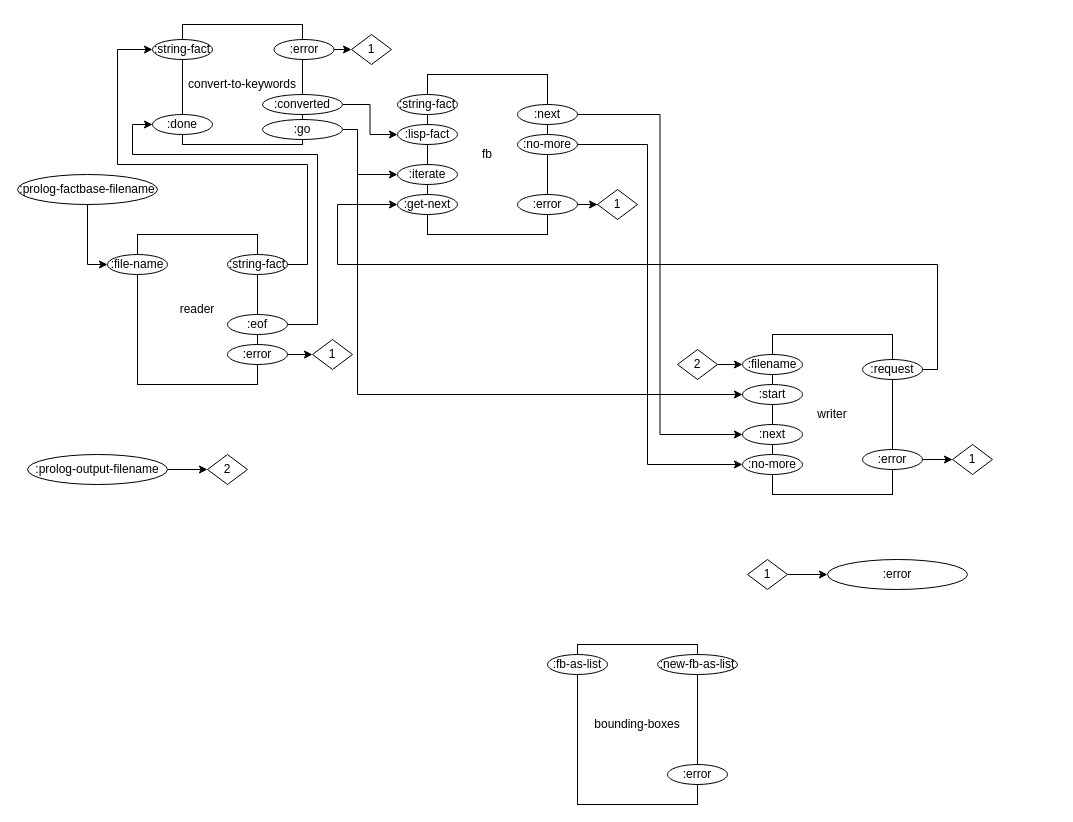
Earlier version of the draw.io diagram page "Compiler Internals" (2 of 7) of svg/cl-compiler/doc/Compiler Internals.drawio (bmfbp/bmfbp). Source tidied: cells renumbered, new cells numbered last; positions are measured from the earlier drawing's top-left corner, leaving out a move shared by most shapes. Both pictures are drawn from the tidied source at 100%, with x=0, y=0 at pixel (17, 24).
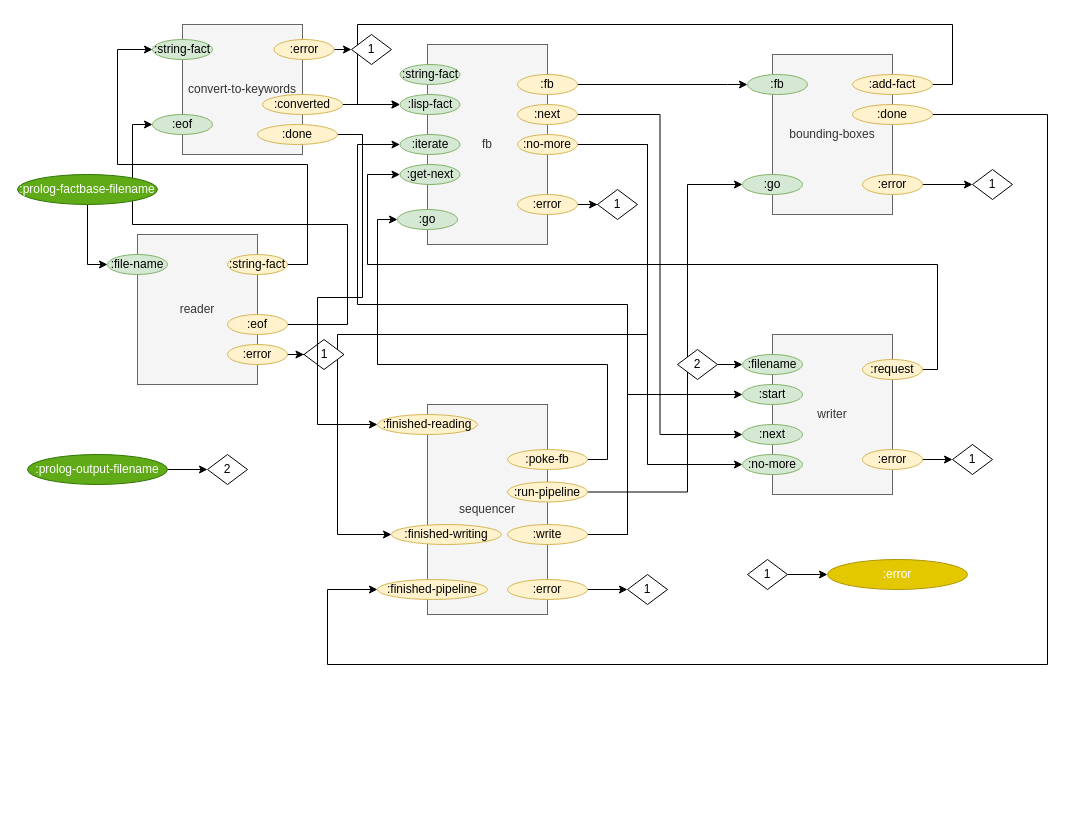
Above is the later version.

Diff of the diagram source:
```diff
@@
-    <mxCell id="2" value="reader" style="rounded=0;whiteSpace=wrap;html=1;" parent="1" vertex="1">
+    <mxCell id="2" value="reader" style="rounded=0;whiteSpace=wrap;html=1;fillColor=#f5f5f5;strokeColor=#666666;fontColor=#333333;" parent="1" vertex="1">
       <mxGeometry x="120" y="210" width="120" height="150" as="geometry" />
     </mxCell>
-    <mxCell id="3" value="fb" style="rounded=0;whiteSpace=wrap;html=1;" parent="1" vertex="1">
-      <mxGeometry x="410" y="50" width="120" height="160" as="geometry" />
+    <mxCell id="3" value="fb" style="rounded=0;whiteSpace=wrap;html=1;fillColor=#f5f5f5;strokeColor=#666666;fontColor=#333333;" parent="1" vertex="1">
+      <mxGeometry x="410" y="20" width="120" height="200" as="geometry" />
     </mxCell>
-    <mxCell id="4" value="writer" style="rounded=0;whiteSpace=wrap;html=1;" parent="1" vertex="1">
+    <mxCell id="4" value="writer" style="rounded=0;whiteSpace=wrap;html=1;fillColor=#f5f5f5;strokeColor=#666666;fontColor=#333333;" parent="1" vertex="1">
       <mxGeometry x="755" y="310" width="120" height="160" as="geometry" />
     </mxCell>
@@
-    <mxCell id="6" value=":error" style="ellipse;whiteSpace=wrap;html=1;" parent="1" vertex="1">
+    <mxCell id="6" value=":error" style="ellipse;whiteSpace=wrap;html=1;fillColor=#fff2cc;strokeColor=#d6b656;" parent="1" vertex="1">
       <mxGeometry x="210" y="320" width="60" height="20" as="geometry" />
     </mxCell>
-    <mxCell id="7" style="edgeStyle=orthogonalEdgeStyle;rounded=0;jettySize=auto;html=1;exitX=1;exitY=0.5;exitDx=0;exitDy=0;entryX=0;entryY=0.5;entryDx=0;entryDy=0;" parent="1" edge="1" source="8" target="57">
-      <mxGeometry relative="1" as="geometry">
-        <Array as="points">
-          <mxPoint x="300" y="300" />
-          <mxPoint x="300" y="130" />
-          <mxPoint x="115" y="130" />
-          <mxPoint x="115" y="100" />
-        </Array>
-      </mxGeometry>
-    </mxCell>
+    <mxCell id="58" style="edgeStyle=orthogonalEdgeStyle;rounded=0;jettySize=auto;html=1;exitX=1;exitY=0.5;exitDx=0;exitDy=0;entryX=0;entryY=0.5;entryDx=0;entryDy=0;" parent="1" edge="1" source="8" target="82">
+      <mxGeometry relative="1" as="geometry">
+        <Array as="points">
+          <mxPoint x="330" y="300" />
+          <mxPoint x="330" y="200" />
+          <mxPoint x="115" y="200" />
+          <mxPoint x="115" y="100" />
+        </Array>
+      </mxGeometry>
+    </mxCell>
-    <mxCell id="8" value=":eof" style="ellipse;whiteSpace=wrap;html=1;" parent="1" vertex="1">
+    <mxCell id="8" value=":eof" style="ellipse;whiteSpace=wrap;html=1;fillColor=#fff2cc;strokeColor=#d6b656;" parent="1" vertex="1">
       <mxGeometry x="210" y="290" width="60" height="20" as="geometry" />
     </mxCell>
@@
-    <mxCell id="10" value=":string-fact" style="ellipse;whiteSpace=wrap;html=1;" parent="1" vertex="1">
+    <mxCell id="10" value=":string-fact" style="ellipse;whiteSpace=wrap;html=1;fillColor=#fff2cc;strokeColor=#d6b656;" parent="1" vertex="1">
       <mxGeometry x="210" y="230" width="60" height="20" as="geometry" />
     </mxCell>
-    <mxCell id="11" value=":file-name" style="ellipse;whiteSpace=wrap;html=1;" parent="1" vertex="1">
+    <mxCell id="11" value=":file-name" style="ellipse;whiteSpace=wrap;html=1;fillColor=#d5e8d4;strokeColor=#82b366;" parent="1" vertex="1">
       <mxGeometry x="90" y="230" width="60" height="20" as="geometry" />
     </mxCell>
-    <mxCell id="12" value=":lisp-fact" style="ellipse;whiteSpace=wrap;html=1;" parent="1" vertex="1">
-      <mxGeometry x="380" y="100" width="60" height="20" as="geometry" />
+    <mxCell id="12" value=":lisp-fact" style="ellipse;whiteSpace=wrap;html=1;fillColor=#d5e8d4;strokeColor=#82b366;" parent="1" vertex="1">
+      <mxGeometry x="382.5" y="70" width="60" height="20" as="geometry" />
     </mxCell>
-    <mxCell id="13" value=":get-next" style="ellipse;whiteSpace=wrap;html=1;" parent="1" vertex="1">
-      <mxGeometry x="380" y="170" width="60" height="20" as="geometry" />
+    <mxCell id="13" value=":get-next" style="ellipse;whiteSpace=wrap;html=1;fillColor=#d5e8d4;strokeColor=#82b366;" parent="1" vertex="1">
+      <mxGeometry x="382.5" y="140" width="60" height="20" as="geometry" />
     </mxCell>
@@
-    <mxCell id="15" value=":next" style="ellipse;whiteSpace=wrap;html=1;" parent="1" vertex="1">
+    <mxCell id="15" value=":next" style="ellipse;whiteSpace=wrap;html=1;fillColor=#fff2cc;strokeColor=#d6b656;" parent="1" vertex="1">
       <mxGeometry x="500" y="80" width="60" height="20" as="geometry" />
     </mxCell>
@@
+    <mxCell id="59" style="edgeStyle=orthogonalEdgeStyle;rounded=0;jettySize=auto;html=1;exitX=1;exitY=0.5;exitDx=0;exitDy=0;entryX=0;entryY=0.5;entryDx=0;entryDy=0;" parent="1" edge="1" source="17" target="77">
+      <mxGeometry relative="1" as="geometry">
+        <Array as="points">
+          <mxPoint x="630" y="120" />
+          <mxPoint x="630" y="310" />
+          <mxPoint x="320" y="310" />
+          <mxPoint x="320" y="510" />
+        </Array>
+      </mxGeometry>
+    </mxCell>
-    <mxCell id="17" value=":no-more" style="ellipse;whiteSpace=wrap;html=1;" parent="1" vertex="1">
+    <mxCell id="17" value=":no-more" style="ellipse;whiteSpace=wrap;html=1;fillColor=#fff2cc;strokeColor=#d6b656;" parent="1" vertex="1">
       <mxGeometry x="500" y="110" width="60" height="20" as="geometry" />
     </mxCell>
@@
-    <mxCell id="19" value=":error" style="ellipse;whiteSpace=wrap;html=1;" parent="1" vertex="1">
+    <mxCell id="19" value=":error" style="ellipse;whiteSpace=wrap;html=1;fillColor=#fff2cc;strokeColor=#d6b656;" parent="1" vertex="1">
       <mxGeometry x="500" y="170" width="60" height="20" as="geometry" />
     </mxCell>
-    <mxCell id="20" value=":string-fact" style="ellipse;whiteSpace=wrap;html=1;" parent="1" vertex="1">
-      <mxGeometry x="380" y="70" width="60" height="20" as="geometry" />
+    <mxCell id="20" value=":string-fact" style="ellipse;whiteSpace=wrap;html=1;fillColor=#d5e8d4;strokeColor=#82b366;" parent="1" vertex="1">
+      <mxGeometry x="382.5" y="40" width="60" height="20" as="geometry" />
     </mxCell>
-    <mxCell id="21" value=":start" style="ellipse;whiteSpace=wrap;html=1;" parent="1" vertex="1">
+    <mxCell id="21" value=":start" style="ellipse;whiteSpace=wrap;html=1;fillColor=#d5e8d4;strokeColor=#82b366;" parent="1" vertex="1">
       <mxGeometry x="725" y="360" width="60" height="20" as="geometry" />
     </mxCell>
-    <mxCell id="22" value=":no-more" style="ellipse;whiteSpace=wrap;html=1;" parent="1" vertex="1">
+    <mxCell id="22" value=":no-more" style="ellipse;whiteSpace=wrap;html=1;fillColor=#d5e8d4;strokeColor=#82b366;" parent="1" vertex="1">
       <mxGeometry x="725" y="430" width="60" height="20" as="geometry" />
     </mxCell>
-    <mxCell id="23" value=":filename" style="ellipse;whiteSpace=wrap;html=1;" parent="1" vertex="1">
+    <mxCell id="23" value=":filename" style="ellipse;whiteSpace=wrap;html=1;fillColor=#d5e8d4;strokeColor=#82b366;" parent="1" vertex="1">
       <mxGeometry x="725" y="330" width="60" height="20" as="geometry" />
     </mxCell>
     <mxCell id="24" style="edgeStyle=orthogonalEdgeStyle;rounded=0;jettySize=auto;html=1;exitX=1;exitY=0.5;exitDx=0;exitDy=0;entryX=0;entryY=0.5;entryDx=0;entryDy=0;" parent="1" edge="1" source="25" target="13">
       <mxGeometry relative="1" as="geometry">
         <Array as="points">
           <mxPoint x="920" y="345" />
           <mxPoint x="920" y="240" />
-          <mxPoint x="320" y="240" />
-          <mxPoint x="320" y="180" />
+          <mxPoint x="350" y="240" />
+          <mxPoint x="350" y="150" />
         </Array>
       </mxGeometry>
     </mxCell>
-    <mxCell id="25" value=":request" style="ellipse;whiteSpace=wrap;html=1;" parent="1" vertex="1">
+    <mxCell id="25" value=":request" style="ellipse;whiteSpace=wrap;html=1;fillColor=#fff2cc;strokeColor=#d6b656;" parent="1" vertex="1">
       <mxGeometry x="845" y="335" width="60" height="20" as="geometry" />
     </mxCell>
@@
-    <mxCell id="27" value=":error" style="ellipse;whiteSpace=wrap;html=1;" parent="1" vertex="1">
+    <mxCell id="27" value=":error" style="ellipse;whiteSpace=wrap;html=1;fillColor=#fff2cc;strokeColor=#d6b656;" parent="1" vertex="1">
       <mxGeometry x="845" y="425" width="60" height="20" as="geometry" />
     </mxCell>
-    <mxCell id="28" value=":next" style="ellipse;whiteSpace=wrap;html=1;" parent="1" vertex="1">
+    <mxCell id="28" value=":next" style="ellipse;whiteSpace=wrap;html=1;fillColor=#d5e8d4;strokeColor=#82b366;" parent="1" vertex="1">
       <mxGeometry x="725" y="400" width="60" height="20" as="geometry" />
     </mxCell>
@@
-    <mxCell id="30" value=":prolog-factbase-filename&lt;br&gt;" style="ellipse;whiteSpace=wrap;html=1;" parent="1" vertex="1">
+    <mxCell id="30" value=":prolog-factbase-filename&lt;br&gt;" style="ellipse;whiteSpace=wrap;html=1;fillColor=#60a917;strokeColor=#2D7600;fontColor=#ffffff;" parent="1" vertex="1">
       <mxGeometry y="150" width="140" height="30" as="geometry" />
     </mxCell>
@@
-    <mxCell id="32" value=":prolog-output-filename" style="ellipse;whiteSpace=wrap;html=1;" parent="1" vertex="1">
+    <mxCell id="32" value=":prolog-output-filename" style="ellipse;whiteSpace=wrap;html=1;fillColor=#60a917;strokeColor=#2D7600;fontColor=#ffffff;" parent="1" vertex="1">
       <mxGeometry x="10" y="430" width="140" height="30" as="geometry" />
     </mxCell>
-    <mxCell id="33" value=":error" style="ellipse;whiteSpace=wrap;html=1;" parent="1" vertex="1">
+    <mxCell id="33" value=":error" style="ellipse;whiteSpace=wrap;html=1;fillColor=#e3c800;strokeColor=#B09500;fontColor=#ffffff;" parent="1" vertex="1">
       <mxGeometry x="810" y="535" width="140" height="30" as="geometry" />
     </mxCell>
-    <mxCell id="34" value=":iterate" style="ellipse;whiteSpace=wrap;html=1;" parent="1" vertex="1">
-      <mxGeometry x="380" y="140" width="60" height="20" as="geometry" />
+    <mxCell id="34" value=":iterate" style="ellipse;whiteSpace=wrap;html=1;fillColor=#d5e8d4;strokeColor=#82b366;" parent="1" vertex="1">
+      <mxGeometry x="382.5" y="110" width="60" height="20" as="geometry" />
     </mxCell>
@@
     <mxCell id="39" value="1" style="rhombus;whiteSpace=wrap;html=1;" parent="1" vertex="1">
-      <mxGeometry x="295" y="315" width="40" height="30" as="geometry" />
+      <mxGeometry x="286.5" y="315" width="40" height="30" as="geometry" />
     </mxCell>
@@
-    <mxCell id="42" value="2" style="rhombus;whiteSpace=wrap;html=1;" parent="1" vertex="1">
-      <mxGeometry x="660" y="325" width="40" height="30" as="geometry" />
-    </mxCell>
-    <mxCell id="43" value="bounding-boxes" style="rounded=0;whiteSpace=wrap;html=1;" parent="1" vertex="1">
-      <mxGeometry x="560" y="620" width="120" height="160" as="geometry" />
+    <mxCell id="43" value="bounding-boxes" style="rounded=0;whiteSpace=wrap;html=1;fillColor=#f5f5f5;strokeColor=#666666;fontColor=#333333;" parent="1" vertex="1">
+      <mxGeometry x="755" y="30" width="120" height="160" as="geometry" />
     </mxCell>
-    <mxCell id="44" value=":fb-as-list" style="ellipse;whiteSpace=wrap;html=1;" parent="1" vertex="1">
-      <mxGeometry x="530" y="630" width="60" height="20" as="geometry" />
+    <mxCell id="44" value=":fb" style="ellipse;whiteSpace=wrap;html=1;fillColor=#d5e8d4;strokeColor=#82b366;" parent="1" vertex="1">
+      <mxGeometry x="730" y="50" width="60" height="20" as="geometry" />
     </mxCell>
+    <mxCell id="60" style="edgeStyle=orthogonalEdgeStyle;rounded=0;jettySize=auto;html=1;exitX=1;exitY=0.5;exitDx=0;exitDy=0;entryX=0;entryY=0.5;entryDx=0;entryDy=0;" parent="1" edge="1" source="45" target="12">
+      <mxGeometry relative="1" as="geometry">
+        <Array as="points">
+          <mxPoint x="935" y="60" />
+          <mxPoint x="935" />
+          <mxPoint x="340" />
+          <mxPoint x="340" y="80" />
+        </Array>
+      </mxGeometry>
+    </mxCell>
-    <mxCell id="45" value=":new-fb-as-list" style="ellipse;whiteSpace=wrap;html=1;" parent="1" vertex="1">
-      <mxGeometry x="640" y="630" width="80" height="20" as="geometry" />
+    <mxCell id="45" value=":add-fact" style="ellipse;whiteSpace=wrap;html=1;fillColor=#fff2cc;strokeColor=#d6b656;" parent="1" vertex="1">
+      <mxGeometry x="835" y="50" width="80" height="20" as="geometry" />
     </mxCell>
+    <mxCell id="61" style="edgeStyle=orthogonalEdgeStyle;rounded=0;jettySize=auto;html=1;exitX=1;exitY=0.5;exitDx=0;exitDy=0;entryX=0;entryY=0.5;entryDx=0;entryDy=0;" parent="1" edge="1" source="46" target="64">
+      <mxGeometry relative="1" as="geometry" />
+    </mxCell>
-    <mxCell id="46" value=":error" style="ellipse;whiteSpace=wrap;html=1;" parent="1" vertex="1">
-      <mxGeometry x="650" y="740" width="60" height="20" as="geometry" />
+    <mxCell id="46" value=":error" style="ellipse;whiteSpace=wrap;html=1;fillColor=#fff2cc;strokeColor=#d6b656;" parent="1" vertex="1">
+      <mxGeometry x="845" y="150" width="60" height="20" as="geometry" />
     </mxCell>
-    <mxCell id="47" value="convert-to-keywords" style="rounded=0;whiteSpace=wrap;html=1;" parent="1" vertex="1">
-      <mxGeometry x="165" width="120" height="120" as="geometry" />
+    <mxCell id="47" value="convert-to-keywords" style="rounded=0;whiteSpace=wrap;html=1;fillColor=#f5f5f5;strokeColor=#666666;fontColor=#333333;" parent="1" vertex="1">
+      <mxGeometry x="165" width="120" height="130" as="geometry" />
     </mxCell>
-    <mxCell id="48" value=":string-fact" style="ellipse;whiteSpace=wrap;html=1;" parent="1" vertex="1">
+    <mxCell id="48" value=":string-fact" style="ellipse;whiteSpace=wrap;html=1;fillColor=#d5e8d4;strokeColor=#82b366;" parent="1" vertex="1">
       <mxGeometry x="135" y="15" width="60" height="20" as="geometry" />
     </mxCell>
@@
-    <mxCell id="50" value=":converted" style="ellipse;whiteSpace=wrap;html=1;" parent="1" vertex="1">
+    <mxCell id="50" value=":converted" style="ellipse;whiteSpace=wrap;html=1;fillColor=#fff2cc;strokeColor=#d6b656;" parent="1" vertex="1">
       <mxGeometry x="245" y="70" width="80" height="20" as="geometry" />
     </mxCell>
@@
-    <mxCell id="52" value=":error" style="ellipse;whiteSpace=wrap;html=1;" parent="1" vertex="1">
+    <mxCell id="52" value=":error" style="ellipse;whiteSpace=wrap;html=1;fillColor=#fff2cc;strokeColor=#d6b656;" parent="1" vertex="1">
       <mxGeometry x="256.5" y="15" width="60" height="20" as="geometry" />
     </mxCell>
@@
-    <mxCell id="54" style="edgeStyle=orthogonalEdgeStyle;rounded=0;jettySize=auto;html=1;exitX=1;exitY=0.5;exitDx=0;exitDy=0;entryX=0;entryY=0.5;entryDx=0;entryDy=0;" parent="1" edge="1" source="56" target="34">
-      <mxGeometry relative="1" as="geometry">
-        <Array as="points">
-          <mxPoint x="340" y="105" />
-          <mxPoint x="340" y="150" />
-        </Array>
-      </mxGeometry>
-    </mxCell>
-    <mxCell id="55" style="edgeStyle=orthogonalEdgeStyle;rounded=0;jettySize=auto;html=1;exitX=1;exitY=0.5;exitDx=0;exitDy=0;entryX=0;entryY=0.5;entryDx=0;entryDy=0;" parent="1" edge="1" source="56" target="21">
-      <mxGeometry relative="1" as="geometry">
-        <Array as="points">
-          <mxPoint x="340" y="105" />
-          <mxPoint x="340" y="370" />
-        </Array>
-      </mxGeometry>
-    </mxCell>
+    <mxCell id="62" style="edgeStyle=orthogonalEdgeStyle;rounded=0;jettySize=auto;html=1;exitX=1;exitY=0.5;exitDx=0;exitDy=0;entryX=0;entryY=0.5;entryDx=0;entryDy=0;" parent="1" edge="1" source="63" target="44">
+      <mxGeometry relative="1" as="geometry">
+        <Array as="points">
+          <mxPoint x="710" y="60" />
+          <mxPoint x="710" y="60" />
+        </Array>
+      </mxGeometry>
+    </mxCell>
+    <mxCell id="63" value=":fb" style="ellipse;whiteSpace=wrap;html=1;fillColor=#fff2cc;strokeColor=#d6b656;" parent="1" vertex="1">
+      <mxGeometry x="500" y="50" width="60" height="20" as="geometry" />
+    </mxCell>
+    <mxCell id="64" value="1" style="rhombus;whiteSpace=wrap;html=1;" parent="1" vertex="1">
+      <mxGeometry x="955" y="145" width="40" height="30" as="geometry" />
+    </mxCell>
+    <mxCell id="65" value="sequencer" style="rounded=0;whiteSpace=wrap;html=1;fillColor=#f5f5f5;strokeColor=#666666;fontColor=#333333;" parent="1" vertex="1">
+      <mxGeometry x="410" y="380" width="120" height="210" as="geometry" />
+    </mxCell>
+    <mxCell id="66" style="edgeStyle=orthogonalEdgeStyle;rounded=0;jettySize=auto;html=1;exitX=1;exitY=0.5;exitDx=0;exitDy=0;entryX=0;entryY=0.5;entryDx=0;entryDy=0;" parent="1" edge="1" source="56" target="78">
+      <mxGeometry relative="1" as="geometry">
+        <Array as="points">
+          <mxPoint x="590" y="435" />
+          <mxPoint x="590" y="340" />
+          <mxPoint x="360" y="340" />
+          <mxPoint x="360" y="195" />
+        </Array>
+      </mxGeometry>
+    </mxCell>
-    <mxCell id="56" value=":go" style="ellipse;whiteSpace=wrap;html=1;" parent="1" vertex="1">
-      <mxGeometry x="245" y="95" width="80" height="20" as="geometry" />
+    <mxCell id="56" value=":poke-fb" style="ellipse;whiteSpace=wrap;html=1;fillColor=#fff2cc;strokeColor=#d6b656;" parent="1" vertex="1">
+      <mxGeometry x="490" y="425" width="80" height="20" as="geometry" />
     </mxCell>
-    <mxCell id="57" value=":done" style="ellipse;whiteSpace=wrap;html=1;" parent="1" vertex="1">
-      <mxGeometry x="135" y="90" width="60" height="20" as="geometry" />
-    </mxCell>
+    <mxCell id="67" style="edgeStyle=orthogonalEdgeStyle;rounded=0;jettySize=auto;html=1;exitX=1;exitY=0.5;exitDx=0;exitDy=0;entryX=0;entryY=0.5;entryDx=0;entryDy=0;" parent="1" edge="1" source="69" target="21">
+      <mxGeometry relative="1" as="geometry">
+        <Array as="points">
+          <mxPoint x="610" y="510" />
+          <mxPoint x="610" y="370" />
+        </Array>
+      </mxGeometry>
+    </mxCell>
+    <mxCell id="68" style="edgeStyle=orthogonalEdgeStyle;rounded=0;jettySize=auto;html=1;exitX=1;exitY=0.5;exitDx=0;exitDy=0;entryX=0;entryY=0.5;entryDx=0;entryDy=0;" parent="1" edge="1" source="69" target="34">
+      <mxGeometry relative="1" as="geometry">
+        <Array as="points">
+          <mxPoint x="610" y="510" />
+          <mxPoint x="610" y="280" />
+          <mxPoint x="340" y="280" />
+          <mxPoint x="340" y="120" />
+        </Array>
+      </mxGeometry>
+    </mxCell>
+    <mxCell id="69" value=":write" style="ellipse;whiteSpace=wrap;html=1;fillColor=#fff2cc;strokeColor=#d6b656;" parent="1" vertex="1">
+      <mxGeometry x="490" y="500" width="80" height="20" as="geometry" />
+    </mxCell>
+    <mxCell id="70" value=":go" style="ellipse;whiteSpace=wrap;html=1;fillColor=#d5e8d4;strokeColor=#82b366;" parent="1" vertex="1">
+      <mxGeometry x="725" y="150" width="60" height="20" as="geometry" />
+    </mxCell>
+    <mxCell id="71" style="edgeStyle=orthogonalEdgeStyle;rounded=0;jettySize=auto;html=1;exitX=1;exitY=0.5;exitDx=0;exitDy=0;entryX=0;entryY=0.5;entryDx=0;entryDy=0;" parent="1" edge="1" source="72" target="73">
+      <mxGeometry relative="1" as="geometry">
+        <Array as="points">
+          <mxPoint x="1030" y="90" />
+          <mxPoint x="1030" y="640" />
+          <mxPoint x="310" y="640" />
+          <mxPoint x="310" y="565" />
+        </Array>
+      </mxGeometry>
+    </mxCell>
+    <mxCell id="72" value=":done" style="ellipse;whiteSpace=wrap;html=1;fillColor=#fff2cc;strokeColor=#d6b656;" parent="1" vertex="1">
+      <mxGeometry x="835" y="80" width="80" height="20" as="geometry" />
+    </mxCell>
+    <mxCell id="73" value=":finished-pipeline" style="ellipse;whiteSpace=wrap;html=1;fillColor=#fff2cc;strokeColor=#d6b656;" parent="1" vertex="1">
+      <mxGeometry x="360" y="555" width="110" height="20" as="geometry" />
+    </mxCell>
+    <mxCell id="74" style="edgeStyle=orthogonalEdgeStyle;rounded=0;jettySize=auto;html=1;exitX=1;exitY=0.5;exitDx=0;exitDy=0;" parent="1" edge="1" source="75" target="76">
+      <mxGeometry relative="1" as="geometry" />
+    </mxCell>
+    <mxCell id="75" value=":error" style="ellipse;whiteSpace=wrap;html=1;fillColor=#fff2cc;strokeColor=#d6b656;" parent="1" vertex="1">
+      <mxGeometry x="490" y="555" width="80" height="20" as="geometry" />
+    </mxCell>
+    <mxCell id="76" value="1" style="rhombus;whiteSpace=wrap;html=1;" parent="1" vertex="1">
+      <mxGeometry x="610" y="550" width="40" height="30" as="geometry" />
+    </mxCell>
+    <mxCell id="77" value=":finished-writing" style="ellipse;whiteSpace=wrap;html=1;fillColor=#fff2cc;strokeColor=#d6b656;" parent="1" vertex="1">
+      <mxGeometry x="374" y="500" width="110" height="20" as="geometry" />
+    </mxCell>
+    <mxCell id="78" value=":go" style="ellipse;whiteSpace=wrap;html=1;fillColor=#d5e8d4;strokeColor=#82b366;" parent="1" vertex="1">
+      <mxGeometry x="380" y="185" width="60" height="20" as="geometry" />
+    </mxCell>
+    <mxCell id="79" value=":finished-reading" style="ellipse;whiteSpace=wrap;html=1;fillColor=#fff2cc;strokeColor=#d6b656;" parent="1" vertex="1">
+      <mxGeometry x="360" y="390" width="100" height="20" as="geometry" />
+    </mxCell>
+    <mxCell id="80" style="edgeStyle=orthogonalEdgeStyle;rounded=0;jettySize=auto;html=1;exitX=1;exitY=0.5;exitDx=0;exitDy=0;entryX=0;entryY=0.5;entryDx=0;entryDy=0;" parent="1" edge="1" source="81" target="79">
+      <mxGeometry relative="1" as="geometry">
+        <Array as="points">
+          <mxPoint x="345" y="110" />
+          <mxPoint x="345" y="273" />
+          <mxPoint x="300" y="273" />
+          <mxPoint x="300" y="400" />
+        </Array>
+      </mxGeometry>
+    </mxCell>
+    <mxCell id="81" value=":done" style="ellipse;whiteSpace=wrap;html=1;fillColor=#fff2cc;strokeColor=#d6b656;" parent="1" vertex="1">
+      <mxGeometry x="240" y="100" width="80" height="20" as="geometry" />
+    </mxCell>
+    <mxCell id="82" value=":eof" style="ellipse;whiteSpace=wrap;html=1;fillColor=#d5e8d4;strokeColor=#82b366;" parent="1" vertex="1">
+      <mxGeometry x="135" y="90" width="60" height="20" as="geometry" />
+    </mxCell>
+    <mxCell id="83" style="edgeStyle=orthogonalEdgeStyle;rounded=0;jettySize=auto;html=1;exitX=1;exitY=0.5;exitDx=0;exitDy=0;entryX=0;entryY=0.5;entryDx=0;entryDy=0;" parent="1" edge="1" source="84" target="70">
+      <mxGeometry relative="1" as="geometry">
+        <Array as="points">
+          <mxPoint x="670" y="468" />
+          <mxPoint x="670" y="160" />
+        </Array>
+      </mxGeometry>
+    </mxCell>
+    <mxCell id="84" value=":run-pipeline" style="ellipse;whiteSpace=wrap;html=1;fillColor=#fff2cc;strokeColor=#d6b656;" parent="1" vertex="1">
+      <mxGeometry x="490" y="457.5" width="80" height="20" as="geometry" />
+    </mxCell>
+    <mxCell id="42" value="2" style="rhombus;whiteSpace=wrap;html=1;" parent="1" vertex="1">
+      <mxGeometry x="660" y="325" width="40" height="30" as="geometry" />
+    </mxCell>
```
